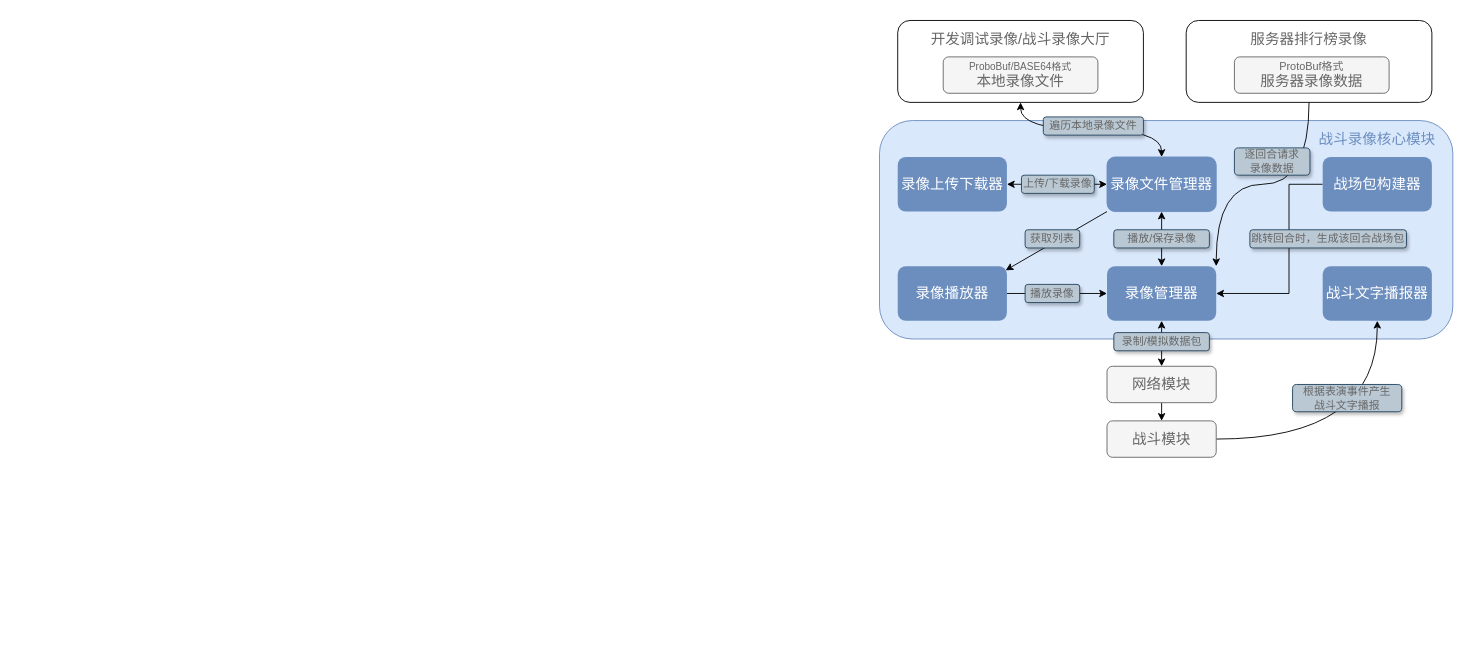
The draw.io diagram ppt战斗录像播放器框架图.drawio in leoin2012/draw.io.files, before the edit. Source tidied: cells renumbered, new cells numbered last; positions are measured from the earlier drawing's top-left corner, leaving out a move shared by most shapes. Both pictures are drawn from the tidied source at 91%, with x=0, y=0 at pixel (879, 15).
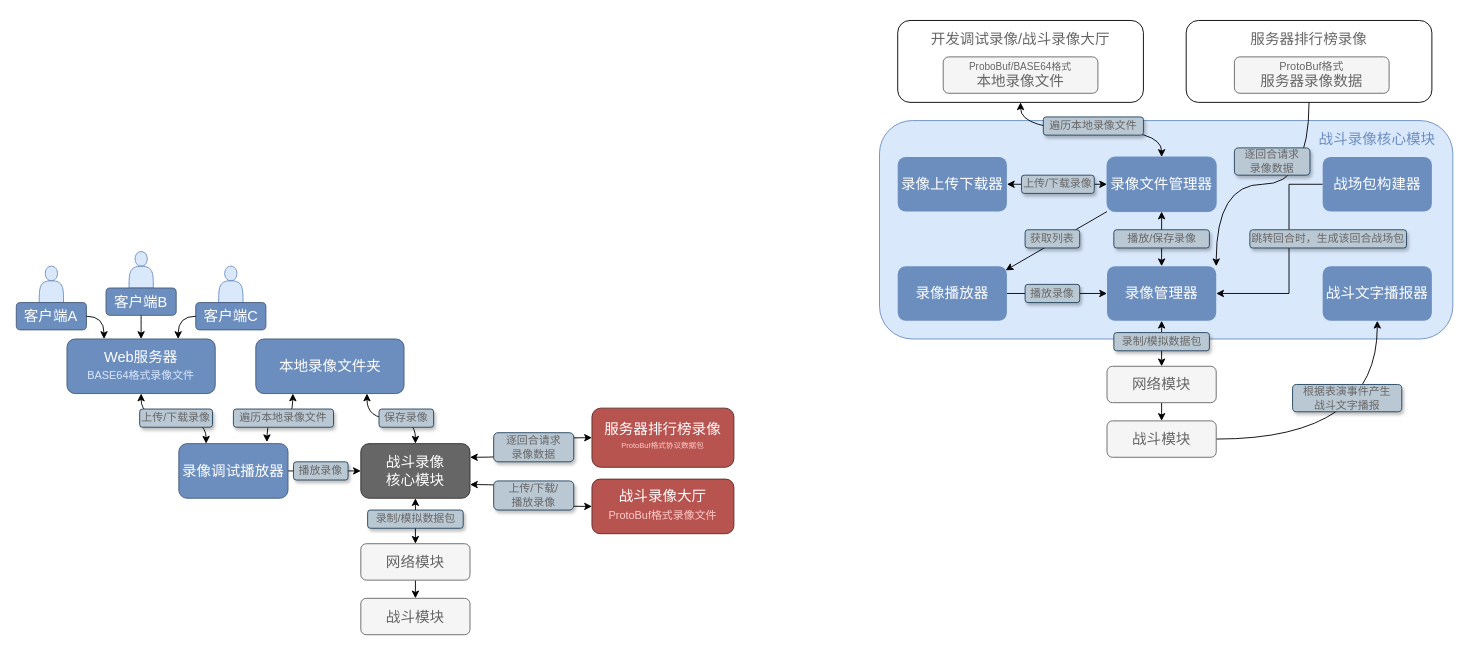
Above is the later version.

Commit message:
Update ppt战斗录像播放器框架图.drawio

Change to the diagram source:
```diff
@@
+    <mxCell id="37" style="edgeStyle=orthogonalEdgeStyle;rounded=0;jettySize=auto;html=1;startArrow=classic;startFill=1;" parent="1" edge="1" source="39" target="43">
+      <mxGeometry relative="1" as="geometry" />
+    </mxCell>
+    <mxCell id="38" style="edgeStyle=orthogonalEdgeStyle;curved=1;rounded=0;jettySize=auto;html=1;exitX=0.5;exitY=0;exitDx=0;exitDy=0;entryX=0.75;entryY=1;entryDx=0;entryDy=0;startArrow=classic;startFill=1;" parent="1" edge="1" source="39" target="67">
+      <mxGeometry relative="1" as="geometry" />
+    </mxCell>
+    <mxCell id="39" value="&lt;span style=&quot;font-size: 16px&quot;&gt;&lt;font color=&quot;#ffffff&quot;&gt;战斗录像&lt;br&gt;核心模块&lt;/font&gt;&lt;/span&gt;" style="rounded=1;whiteSpace=wrap;html=1;fillColor=#666666;strokeColor=#303030;fontColor=#333333;" parent="1" vertex="1">
+      <mxGeometry x="-570" y="470" width="120" height="60" as="geometry" />
+    </mxCell>
+    <mxCell id="40" style="edgeStyle=orthogonalEdgeStyle;rounded=0;jettySize=auto;html=1;exitX=1;exitY=0.5;exitDx=0;exitDy=0;entryX=0;entryY=0.5;entryDx=0;entryDy=0;" parent="1" edge="1" source="41" target="39">
+      <mxGeometry relative="1" as="geometry" />
+    </mxCell>
+    <mxCell id="41" value="&lt;span style=&quot;font-size: 16px&quot;&gt;&lt;font color=&quot;#ffffff&quot;&gt;录像调试播放器&lt;/font&gt;&lt;/span&gt;" style="rounded=1;whiteSpace=wrap;html=1;fillColor=#6C8EBF;strokeColor=#455B7A;" parent="1" vertex="1">
+      <mxGeometry x="-770" y="470" width="120" height="60" as="geometry" />
+    </mxCell>
+    <mxCell id="42" style="edgeStyle=orthogonalEdgeStyle;rounded=0;jettySize=auto;html=1;exitX=0.5;exitY=1;exitDx=0;exitDy=0;entryX=0.5;entryY=0;entryDx=0;entryDy=0;" parent="1" edge="1" source="43" target="44">
+      <mxGeometry relative="1" as="geometry" />
+    </mxCell>
+    <mxCell id="43" value="&lt;font color=&quot;#666666&quot;&gt;&lt;span style=&quot;font-size: 16px&quot;&gt;网络模块&lt;/span&gt;&lt;/font&gt;" style="rounded=1;whiteSpace=wrap;html=1;fillColor=#f5f5f5;strokeColor=#666666;fontColor=#333333;" parent="1" vertex="1">
+      <mxGeometry x="-570" y="580" width="120" height="40" as="geometry" />
+    </mxCell>
+    <mxCell id="44" value="&lt;font color=&quot;#666666&quot;&gt;&lt;span style=&quot;font-size: 16px&quot;&gt;战斗模块&lt;/span&gt;&lt;/font&gt;" style="rounded=1;whiteSpace=wrap;html=1;fillColor=#f5f5f5;strokeColor=#666666;fontColor=#333333;" parent="1" vertex="1">
+      <mxGeometry x="-570" y="640" width="120" height="40" as="geometry" />
+    </mxCell>
+    <mxCell id="45" value="&lt;font color=&quot;#666666&quot;&gt;录制/模拟数据包&lt;/font&gt;" style="text;html=1;align=center;verticalAlign=middle;whiteSpace=wrap;rounded=1;shadow=1;comic=0;glass=0;fillColor=#bac8d3;strokeColor=#23445d;" parent="1" vertex="1">
+      <mxGeometry x="-562.5" y="543" width="105" height="20" as="geometry" />
+    </mxCell>
+    <mxCell id="46" value="&lt;font color=&quot;#666666&quot;&gt;播放录像&lt;/font&gt;" style="text;html=1;align=center;verticalAlign=middle;whiteSpace=wrap;rounded=1;shadow=1;comic=0;glass=0;fillColor=#bac8d3;strokeColor=#23445d;" parent="1" vertex="1">
+      <mxGeometry x="-644" y="490" width="60" height="20" as="geometry" />
+    </mxCell>
+    <mxCell id="47" style="edgeStyle=orthogonalEdgeStyle;curved=1;rounded=0;jettySize=auto;html=1;exitX=0.5;exitY=1;exitDx=0;exitDy=0;entryX=0.25;entryY=0;entryDx=0;entryDy=0;startArrow=classic;startFill=1;" parent="1" edge="1" source="48" target="41">
+      <mxGeometry relative="1" as="geometry" />
+    </mxCell>
+    <mxCell id="48" value="&lt;span style=&quot;color: rgb(255 , 255 , 255) ; font-size: 16px&quot;&gt;Web服务器&lt;/span&gt;&lt;br&gt;&lt;font style=&quot;font-size: 12px ; line-height: 160%&quot; color=&quot;#dae8fc&quot;&gt;BASE64格式录像文件&lt;/font&gt;" style="rounded=1;whiteSpace=wrap;html=1;fillColor=#6C8EBF;strokeColor=#455B7A;" parent="1" vertex="1">
+      <mxGeometry x="-892.9" y="355" width="162.9" height="60" as="geometry" />
+    </mxCell>
+    <mxCell id="49" style="group;" parent="1" vertex="1">
+      <mxGeometry x="-948.6" y="255" width="77.1" height="90" as="geometry" />
+    </mxCell>
+    <mxCell id="50" style="shape=actor;whiteSpace=wrap;html=1;fillColor=#dae8fc;strokeColor=#6c8ebf;" parent="49" vertex="1">
+      <mxGeometry x="25.2" y="20" width="26.7" height="40" as="geometry" />
+    </mxCell>
+    <mxCell id="51" value="&lt;font color=&quot;#ffffff&quot;&gt;&lt;span style=&quot;font-size: 16px&quot;&gt;客户端A&lt;/span&gt;&lt;/font&gt;" style="rounded=1;whiteSpace=wrap;html=1;fillColor=#6C8EBF;strokeColor=#455B7A;" parent="49" vertex="1">
+      <mxGeometry y="60" width="77.1" height="30" as="geometry" />
+    </mxCell>
+    <mxCell id="52" style="group;" parent="1" vertex="1">
+      <mxGeometry x="-851.4" y="225" width="77.1" height="90" as="geometry" />
+    </mxCell>
+    <mxCell id="53" style="shape=actor;whiteSpace=wrap;html=1;fillColor=#dae8fc;strokeColor=#6c8ebf;" parent="52" vertex="1">
+      <mxGeometry x="26.7" y="34" width="26.7" height="40" as="geometry" />
+    </mxCell>
+    <mxCell id="54" value="&lt;font color=&quot;#ffffff&quot;&gt;&lt;span style=&quot;font-size: 16px&quot;&gt;客户端B&lt;/span&gt;&lt;/font&gt;" style="rounded=1;whiteSpace=wrap;html=1;fillColor=#6C8EBF;strokeColor=#455B7A;" parent="52" vertex="1">
+      <mxGeometry x="1.4" y="74" width="77.1" height="30" as="geometry" />
+    </mxCell>
+    <mxCell id="55" style="group;" parent="1" vertex="1">
+      <mxGeometry x="-751.4" y="255" width="77.1" height="90" as="geometry" />
+    </mxCell>
+    <mxCell id="56" style="shape=actor;whiteSpace=wrap;html=1;fillColor=#dae8fc;strokeColor=#6c8ebf;" parent="55" vertex="1">
+      <mxGeometry x="25.2" y="20" width="26.7" height="40" as="geometry" />
+    </mxCell>
+    <mxCell id="57" value="&lt;font color=&quot;#ffffff&quot;&gt;&lt;span style=&quot;font-size: 16px&quot;&gt;客户端C&lt;/span&gt;&lt;/font&gt;" style="rounded=1;whiteSpace=wrap;html=1;fillColor=#6C8EBF;strokeColor=#455B7A;" parent="55" vertex="1">
+      <mxGeometry y="60" width="77.1" height="30" as="geometry" />
+    </mxCell>
+    <mxCell id="58" style="edgeStyle=orthogonalEdgeStyle;curved=1;rounded=0;jettySize=auto;html=1;exitX=0.5;exitY=1;exitDx=0;exitDy=0;entryX=0.5;entryY=0;entryDx=0;entryDy=0;" parent="1" edge="1" source="54" target="48">
+      <mxGeometry relative="1" as="geometry" />
+    </mxCell>
+    <mxCell id="59" style="edgeStyle=orthogonalEdgeStyle;curved=1;rounded=0;jettySize=auto;html=1;exitX=0;exitY=0.5;exitDx=0;exitDy=0;entryX=0.75;entryY=0;entryDx=0;entryDy=0;" parent="1" edge="1" source="57" target="48">
+      <mxGeometry relative="1" as="geometry" />
+    </mxCell>
+    <mxCell id="60" style="edgeStyle=orthogonalEdgeStyle;curved=1;rounded=0;jettySize=auto;html=1;exitX=1;exitY=0.5;exitDx=0;exitDy=0;entryX=0.25;entryY=0;entryDx=0;entryDy=0;" parent="1" edge="1" source="51" target="48">
+      <mxGeometry relative="1" as="geometry" />
+    </mxCell>
+    <mxCell id="61" value="&lt;font color=&quot;#666666&quot;&gt;上传/下载录像&lt;/font&gt;" style="text;html=1;align=center;verticalAlign=middle;whiteSpace=wrap;rounded=1;shadow=1;comic=0;glass=0;fillColor=#bac8d3;strokeColor=#23445d;" parent="1" vertex="1">
+      <mxGeometry x="-813" y="432" width="80" height="20" as="geometry" />
+    </mxCell>
+    <mxCell id="62" style="edgeStyle=orthogonalEdgeStyle;curved=1;rounded=0;jettySize=auto;html=1;exitX=0;exitY=0.5;exitDx=0;exitDy=0;entryX=1;entryY=0.25;entryDx=0;entryDy=0;startArrow=classic;startFill=1;" parent="1" edge="1" source="63" target="39">
+      <mxGeometry relative="1" as="geometry" />
+    </mxCell>
+    <mxCell id="63" value="&lt;span style=&quot;color: rgb(255 , 255 , 255) ; font-size: 16px&quot;&gt;服务器排行榜录像&lt;/span&gt;&lt;br&gt;&lt;font style=&quot;line-height: 150%&quot; size=&quot;1&quot; color=&quot;#ffcccc&quot;&gt;&lt;sup style=&quot;line-height: 198%&quot;&gt;ProtoBuf格式协议数据包&lt;/sup&gt;&lt;/font&gt;" style="rounded=1;whiteSpace=wrap;html=1;fillColor=#B85450;strokeColor=#5E2B29;" parent="1" vertex="1">
+      <mxGeometry x="-316" y="431" width="156" height="65" as="geometry" />
+    </mxCell>
+    <mxCell id="64" style="edgeStyle=orthogonalEdgeStyle;curved=1;rounded=0;jettySize=auto;html=1;exitX=0;exitY=0.5;exitDx=0;exitDy=0;entryX=1;entryY=0.75;entryDx=0;entryDy=0;startArrow=classic;startFill=1;" parent="1" edge="1" source="65" target="39">
+      <mxGeometry relative="1" as="geometry" />
+    </mxCell>
+    <mxCell id="65" value="&lt;span style=&quot;color: rgb(255 , 255 , 255) ; font-size: 16px&quot;&gt;战斗录像大厅&lt;/span&gt;&lt;br&gt;&lt;font style=&quot;line-height: 200% ; font-size: 12px&quot; color=&quot;#ffcccc&quot;&gt;ProtoBuf格式录像文件&lt;/font&gt;" style="rounded=1;whiteSpace=wrap;html=1;fillColor=#B85450;strokeColor=#5E2B29;fontColor=#ffffff;" parent="1" vertex="1">
+      <mxGeometry x="-316" y="509" width="156" height="60" as="geometry" />
+    </mxCell>
+    <mxCell id="66" style="edgeStyle=orthogonalEdgeStyle;curved=1;rounded=0;jettySize=auto;html=1;exitX=0.25;exitY=1;exitDx=0;exitDy=0;entryX=0.807;entryY=-0.028;entryDx=0;entryDy=0;startArrow=classic;startFill=1;entryPerimeter=0;" parent="1" edge="1" source="67" target="41">
+      <mxGeometry relative="1" as="geometry" />
+    </mxCell>
+    <mxCell id="67" value="&lt;font color=&quot;#ffffff&quot;&gt;&lt;span style=&quot;font-size: 16px&quot;&gt;本地录像文件夹&lt;/span&gt;&lt;br&gt;&lt;/font&gt;" style="rounded=1;whiteSpace=wrap;html=1;fillColor=#6C8EBF;strokeColor=#455B7A;" parent="1" vertex="1">
+      <mxGeometry x="-685.4" y="355" width="162.9" height="60" as="geometry" />
+    </mxCell>
+    <mxCell id="68" value="&lt;font color=&quot;#666666&quot;&gt;遍历本地录像文件&lt;/font&gt;" style="text;html=1;align=center;verticalAlign=middle;whiteSpace=wrap;rounded=1;shadow=1;comic=0;glass=0;fillColor=#bac8d3;strokeColor=#23445d;" parent="1" vertex="1">
+      <mxGeometry x="-710" y="432" width="110" height="20" as="geometry" />
+    </mxCell>
+    <mxCell id="69" value="&lt;font color=&quot;#666666&quot;&gt;逐回合请求&lt;br&gt;录像数据&lt;/font&gt;" style="text;html=1;align=center;verticalAlign=middle;whiteSpace=wrap;rounded=1;shadow=1;comic=0;glass=0;fillColor=#bac8d3;strokeColor=#23445d;" parent="1" vertex="1">
+      <mxGeometry x="-424" y="458" width="88" height="32" as="geometry" />
+    </mxCell>
+    <mxCell id="70" value="&lt;font color=&quot;#666666&quot;&gt;上传/下载/&lt;br&gt;播放录像&lt;/font&gt;" style="text;html=1;align=center;verticalAlign=middle;whiteSpace=wrap;rounded=1;shadow=1;comic=0;glass=0;fillColor=#bac8d3;strokeColor=#23445d;" parent="1" vertex="1">
+      <mxGeometry x="-424" y="511" width="88" height="32" as="geometry" />
+    </mxCell>
+    <mxCell id="71" value="&lt;font color=&quot;#666666&quot;&gt;保存录像&lt;/font&gt;" style="text;html=1;align=center;verticalAlign=middle;whiteSpace=wrap;rounded=1;shadow=1;comic=0;glass=0;fillColor=#bac8d3;strokeColor=#23445d;" parent="1" vertex="1">
+      <mxGeometry x="-550" y="432" width="60" height="20" as="geometry" />
+    </mxCell>
```
